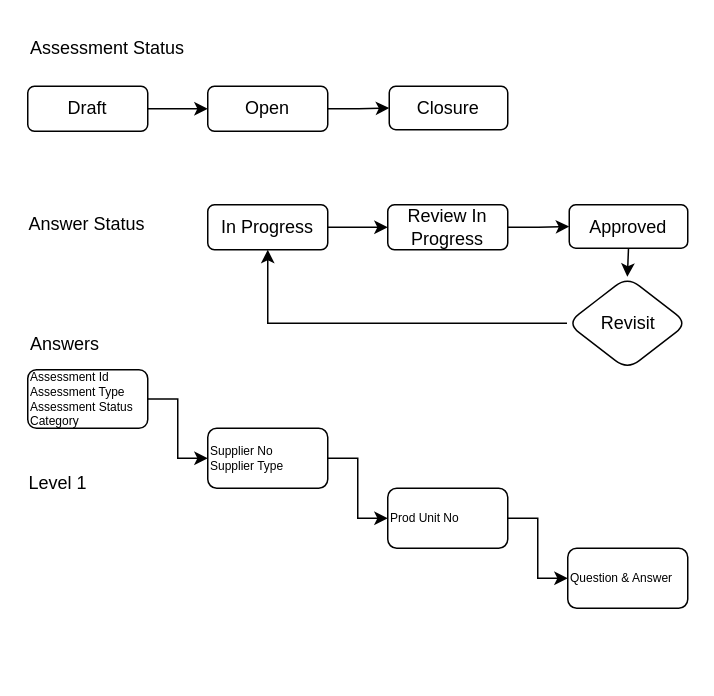
nselangovan/powerofdata keeps this draw.io diagram as page "Assessments Flow" (1 of 2) of Untitled Diagram.drawio. Above is the earlier version. Source tidied: cells renumbered, new cells numbered last; positions are measured from the earlier drawing's top-left corner, leaving out a move shared by most shapes. Both pictures are drawn from the tidied source at 150%, with x=0, y=0 at pixel (26, 26).
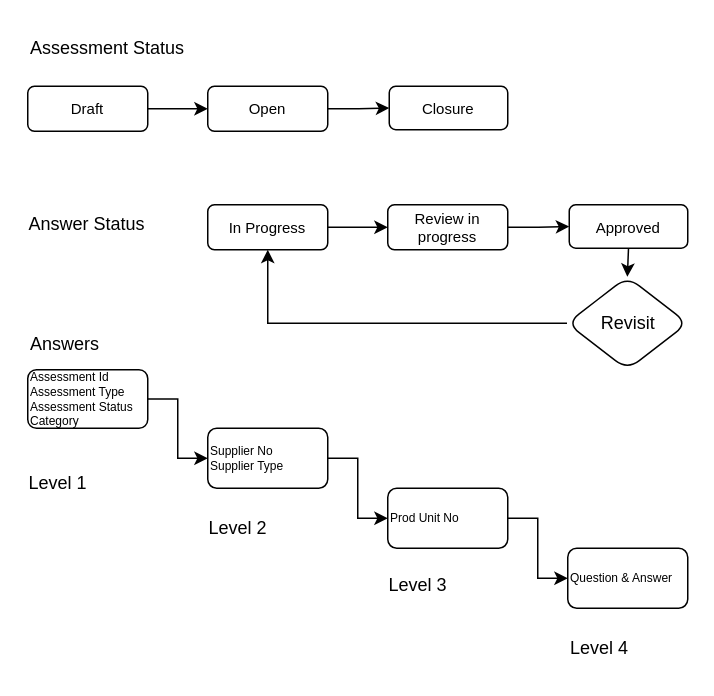
After the change.

What changed in the source:
```diff
@@
-    <mxCell id="3" value="Draft" style="rounded=1;whiteSpace=wrap;html=1;" parent="1" vertex="1">
+    <mxCell id="3" value="Draft" style="rounded=1;whiteSpace=wrap;html=1;fontSize=10;" parent="1" vertex="1">
       <mxGeometry x="1" y="40" width="80" height="30" as="geometry" />
     </mxCell>
@@
-    <mxCell id="5" value="Open" style="whiteSpace=wrap;html=1;rounded=1;" parent="1" vertex="1">
+    <mxCell id="5" value="Open" style="whiteSpace=wrap;html=1;rounded=1;fontSize=10;" parent="1" vertex="1">
       <mxGeometry x="121" y="40" width="80" height="30" as="geometry" />
     </mxCell>
@@
-    <mxCell id="7" value="Closure" style="whiteSpace=wrap;html=1;rounded=1;" parent="1" vertex="1">
+    <mxCell id="7" value="Closure" style="whiteSpace=wrap;html=1;rounded=1;fontSize=10;" parent="1" vertex="1">
       <mxGeometry x="242" y="40" width="79" height="29" as="geometry" />
     </mxCell>
@@
-    <mxCell id="9" value="In Progress" style="rounded=1;whiteSpace=wrap;html=1;" parent="1" vertex="1">
+    <mxCell id="9" value="In Progress" style="rounded=1;whiteSpace=wrap;html=1;fontSize=10;" parent="1" vertex="1">
       <mxGeometry x="121" y="119" width="80" height="30" as="geometry" />
     </mxCell>
@@
-    <mxCell id="11" value="Review In Progress" style="whiteSpace=wrap;html=1;rounded=1;" parent="1" vertex="1">
+    <mxCell id="11" value="Review in progress" style="whiteSpace=wrap;html=1;rounded=1;fontSize=10;" parent="1" vertex="1">
       <mxGeometry x="241" y="119" width="80" height="30" as="geometry" />
     </mxCell>
@@
-    <mxCell id="14" value="Approved" style="whiteSpace=wrap;html=1;rounded=1;" parent="1" vertex="1">
+    <mxCell id="14" value="Approved" style="whiteSpace=wrap;html=1;rounded=1;fontSize=10;" parent="1" vertex="1">
       <mxGeometry x="362" y="119" width="79" height="29" as="geometry" />
     </mxCell>
@@
+    <mxCell id="26" value="Level 2" style="text;html=1;strokeColor=none;fillColor=none;align=left;verticalAlign=middle;whiteSpace=wrap;rounded=0;" parent="1" vertex="1">
+      <mxGeometry x="120" y="320" width="81" height="30" as="geometry" />
+    </mxCell>
+    <mxCell id="27" value="Level 3" style="text;html=1;strokeColor=none;fillColor=none;align=left;verticalAlign=middle;whiteSpace=wrap;rounded=0;" parent="1" vertex="1">
+      <mxGeometry x="240" y="358" width="81" height="30" as="geometry" />
+    </mxCell>
+    <mxCell id="28" value="Level 4" style="text;html=1;strokeColor=none;fillColor=none;align=left;verticalAlign=middle;whiteSpace=wrap;rounded=0;" parent="1" vertex="1">
+      <mxGeometry x="360.5" y="400" width="81" height="30" as="geometry" />
+    </mxCell>
```
